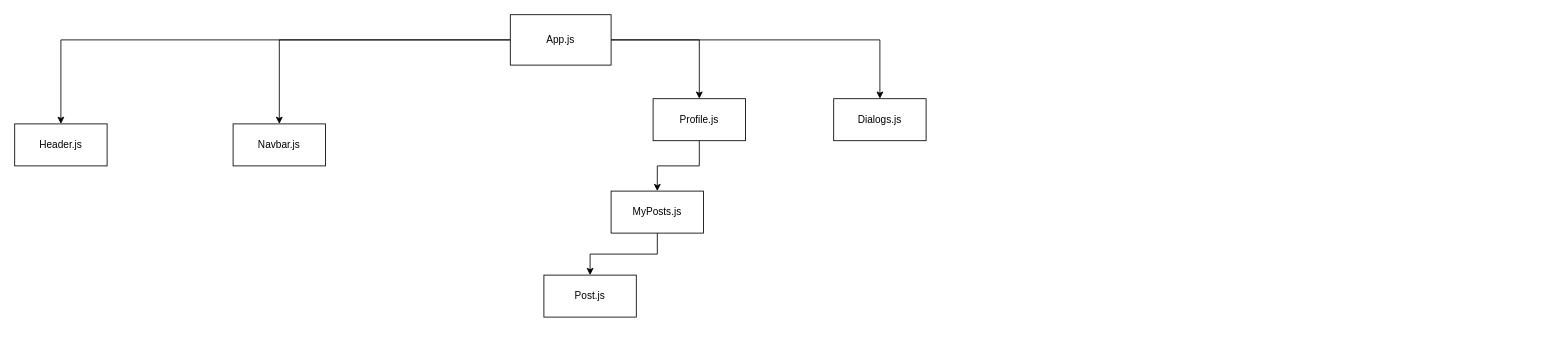
Above: Social-Network.drawio in Lonerr7/Youtube-React-Social-Network (draw.io), before the change. Source tidied: cells renumbered, new cells numbered last; positions are measured from the earlier drawing's top-left corner, leaving out a move shared by most shapes. Both pictures are drawn from the tidied source at 84%, with x=0, y=0 at pixel (14, 14).
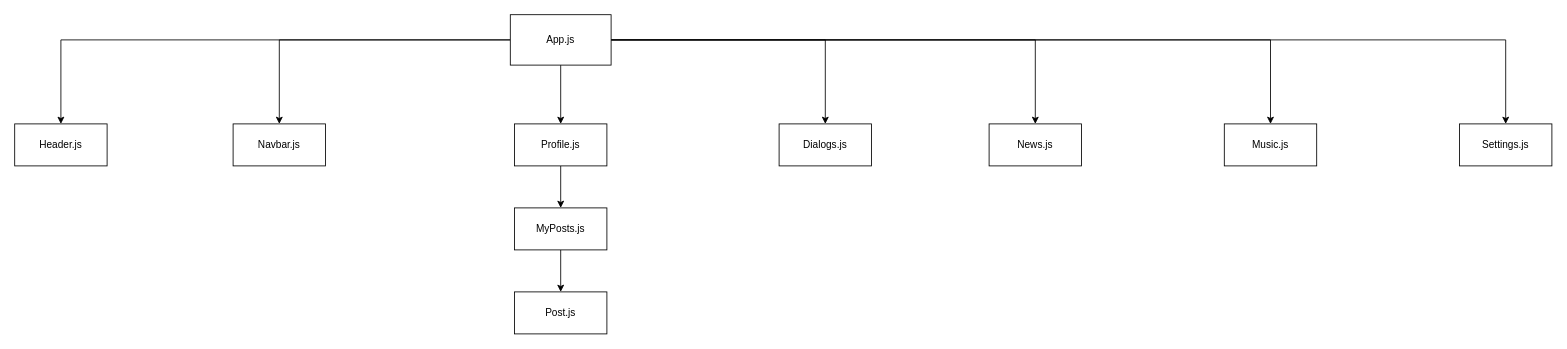
The same page after the edit.

The change refers to these unchanged cells:
```xml
<mxCell id="6" value="App.js&lt;br&gt;" style="rounded=0;whiteSpace=wrap;html=1;" parent="1" vertex="1">
  <mxGeometry x="590" width="120" height="60" as="geometry" />
</mxCell>
```

Diff of the diagram source:
```diff
@@
+    <mxCell id="15" style="edgeStyle=orthogonalEdgeStyle;rounded=0;jettySize=auto;html=1;exitX=1;exitY=0.5;exitDx=0;exitDy=0;entryX=0.5;entryY=0;entryDx=0;entryDy=0;" parent="1" edge="1" source="6" target="18">
+      <mxGeometry relative="1" as="geometry" />
+    </mxCell>
+    <mxCell id="16" style="edgeStyle=orthogonalEdgeStyle;rounded=0;jettySize=auto;html=1;exitX=1;exitY=0.5;exitDx=0;exitDy=0;entryX=0.5;entryY=0;entryDx=0;entryDy=0;" parent="1" edge="1" source="6" target="19">
+      <mxGeometry relative="1" as="geometry" />
+    </mxCell>
+    <mxCell id="17" style="edgeStyle=orthogonalEdgeStyle;rounded=0;jettySize=auto;html=1;entryX=0.5;entryY=0;entryDx=0;entryDy=0;" parent="1" edge="1" source="6" target="20">
+      <mxGeometry relative="1" as="geometry" />
+    </mxCell>
@@
     <mxCell id="10" value="Profile.js" style="rounded=0;whiteSpace=wrap;html=1;" parent="1" vertex="1">
-      <mxGeometry x="760" y="100" width="110" height="50" as="geometry" />
+      <mxGeometry x="595" y="130" width="110" height="50" as="geometry" />
     </mxCell>
@@
     <mxCell id="12" value="MyPosts.js&lt;br&gt;" style="rounded=0;whiteSpace=wrap;html=1;" parent="1" vertex="1">
-      <mxGeometry x="710" y="210" width="110" height="50" as="geometry" />
+      <mxGeometry x="595" y="230" width="110" height="50" as="geometry" />
     </mxCell>
     <mxCell id="13" value="Post.js&lt;br&gt;" style="rounded=0;whiteSpace=wrap;html=1;" parent="1" vertex="1">
-      <mxGeometry x="630" y="310" width="110" height="50" as="geometry" />
+      <mxGeometry x="595" y="330" width="110" height="50" as="geometry" />
     </mxCell>
     <mxCell id="14" value="Dialogs.js" style="rounded=0;whiteSpace=wrap;html=1;" parent="1" vertex="1">
-      <mxGeometry x="975" y="100" width="110" height="50" as="geometry" />
+      <mxGeometry x="910" y="130" width="110" height="50" as="geometry" />
     </mxCell>
+    <mxCell id="18" value="News.js" style="rounded=0;whiteSpace=wrap;html=1;" parent="1" vertex="1">
+      <mxGeometry x="1160" y="130" width="110" height="50" as="geometry" />
+    </mxCell>
+    <mxCell id="19" value="Music.js" style="rounded=0;whiteSpace=wrap;html=1;" parent="1" vertex="1">
+      <mxGeometry x="1440" y="130" width="110" height="50" as="geometry" />
+    </mxCell>
+    <mxCell id="20" value="Settings.js&lt;br&gt;" style="rounded=0;whiteSpace=wrap;html=1;" parent="1" vertex="1">
+      <mxGeometry x="1720" y="130" width="110" height="50" as="geometry" />
+    </mxCell>
```
